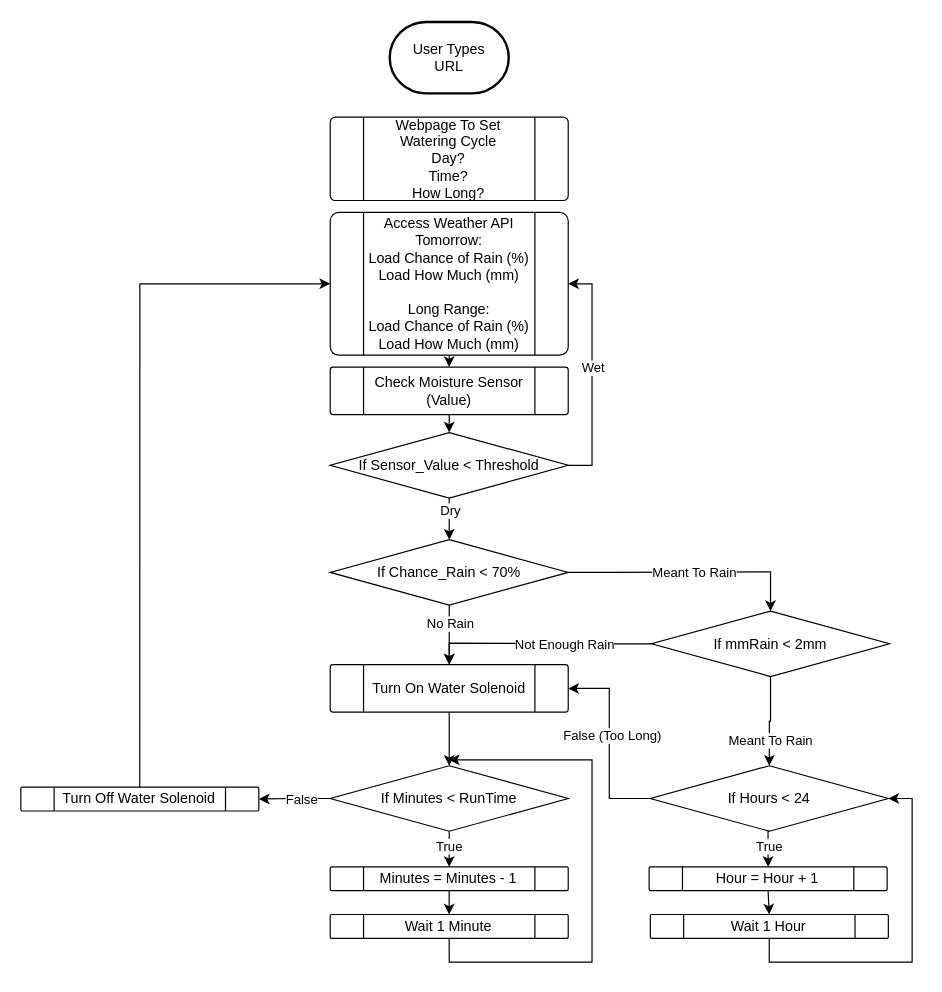
williamprodinger23/williamprodinger23.github.io keeps this draw.io diagram as IrrigationSystem.drawio. Above is the earlier version. Source tidied: cells renumbered, new cells numbered last; positions are measured from the earlier drawing's top-left corner, leaving out a move shared by most shapes. Both pictures are drawn from the tidied source at 119%, with x=0, y=0 at pixel (20, 21).
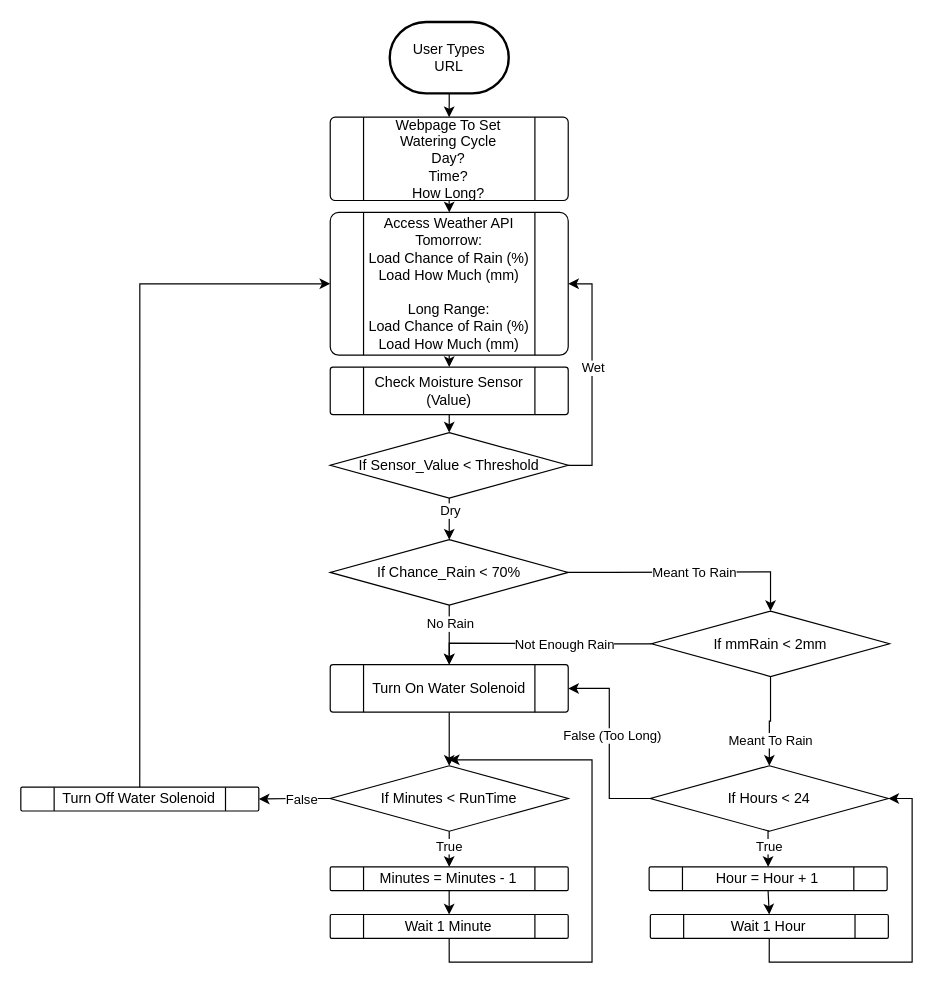
After the change.

Unchanged cells that the change refers to:
```xml
<mxCell id="2" value="User Types&lt;div&gt;URL&lt;/div&gt;" style="strokeWidth=2;html=1;shape=mxgraph.flowchart.terminator;whiteSpace=wrap;" parent="1" vertex="1">
  <mxGeometry x="310" width="100" height="60" as="geometry" />
</mxCell>
<mxCell id="5" value="Webpage To Set Watering Cycle&lt;div&gt;Day?&lt;/div&gt;&lt;div&gt;Time?&lt;/div&gt;&lt;div&gt;How Long?&lt;/div&gt;" style="text;html=1;align=center;verticalAlign=middle;whiteSpace=wrap;rounded=0;" parent="3" vertex="1">
  <mxGeometry x="33.3" width="133.3" height="70" as="geometry" />
</mxCell>
<mxCell id="8" style="verticalLabelPosition=bottom;verticalAlign=top;html=1;shape=process;whiteSpace=wrap;rounded=1;size=0.14;arcSize=6;" parent="6" vertex="1">
  <mxGeometry width="200" height="120" as="geometry" />
</mxCell>
```

Change to the diagram source:
```diff
@@
+    <mxCell id="67" style="edgeStyle=orthogonalEdgeStyle;rounded=0;jettySize=auto;html=1;exitX=0.5;exitY=1;exitDx=0;exitDy=0;exitPerimeter=0;entryX=0.5;entryY=0;entryDx=0;entryDy=0;" parent="1" edge="1" source="2" target="5">
+      <mxGeometry relative="1" as="geometry" />
+    </mxCell>
@@
+    <mxCell id="68" style="edgeStyle=orthogonalEdgeStyle;rounded=0;jettySize=auto;html=1;exitX=0.5;exitY=1;exitDx=0;exitDy=0;entryX=0.5;entryY=0;entryDx=0;entryDy=0;" parent="1" edge="1" source="5" target="8">
+      <mxGeometry relative="1" as="geometry" />
+    </mxCell>
```
